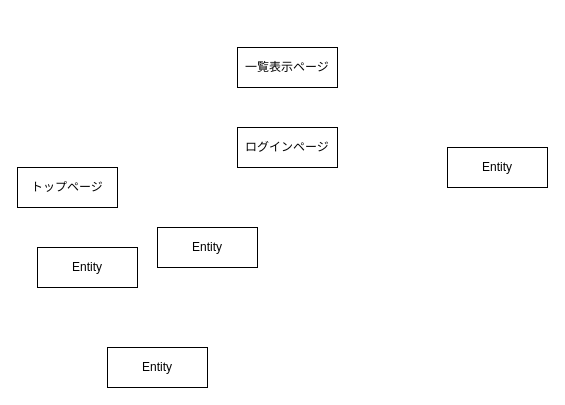
Above: test.dio in chantake1128/tabimemo (draw.io), before the change. Source tidied: cells renumbered, new cells numbered last; positions are measured from the earlier drawing's top-left corner, leaving out a move shared by most shapes. Both pictures are drawn from the tidied source at 100%, with x=0, y=0 at pixel (17, 47).
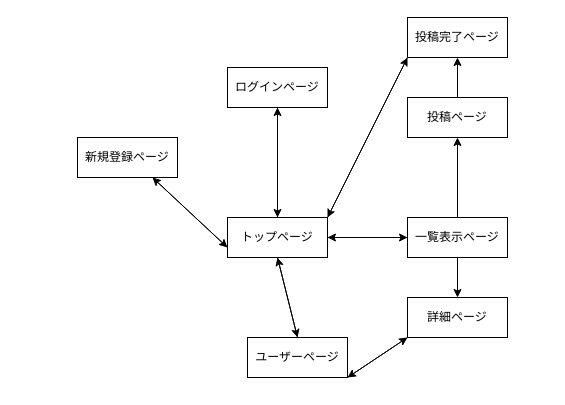
Above is the later version.

Diff of the diagram source:
```diff
@@
+    <mxCell id="9" style="edgeStyle=none;html=1;exitX=0.5;exitY=0;exitDx=0;exitDy=0;" parent="1" edge="1" source="2" target="4">
+      <mxGeometry relative="1" as="geometry" />
+    </mxCell>
+    <mxCell id="10" style="edgeStyle=none;html=1;" parent="1" edge="1" source="2" target="24">
+      <mxGeometry relative="1" as="geometry" />
+    </mxCell>
+    <mxCell id="11" style="edgeStyle=none;html=1;exitX=0.5;exitY=1;exitDx=0;exitDy=0;entryX=0.5;entryY=0;entryDx=0;entryDy=0;" parent="1" edge="1" source="2" target="8">
+      <mxGeometry relative="1" as="geometry" />
+    </mxCell>
     <mxCell id="2" value="一覧表示ページ" style="whiteSpace=wrap;html=1;align=center;" parent="1" vertex="1">
-      <mxGeometry x="220" width="100" height="40" as="geometry" />
+      <mxGeometry x="390" y="170" width="100" height="40" as="geometry" />
     </mxCell>
+    <mxCell id="12" style="edgeStyle=none;html=1;exitX=0.5;exitY=1;exitDx=0;exitDy=0;entryX=0.5;entryY=0;entryDx=0;entryDy=0;" parent="1" edge="1" source="3" target="24">
+      <mxGeometry relative="1" as="geometry" />
+    </mxCell>
     <mxCell id="3" value="ログインページ" style="whiteSpace=wrap;html=1;align=center;" parent="1" vertex="1">
-      <mxGeometry x="220" y="80" width="100" height="40" as="geometry" />
+      <mxGeometry x="210" y="20" width="100" height="40" as="geometry" />
     </mxCell>
+    <mxCell id="13" style="edgeStyle=none;html=1;exitX=0.5;exitY=0;exitDx=0;exitDy=0;" parent="1" edge="1" source="4" target="5">
+      <mxGeometry relative="1" as="geometry" />
+    </mxCell>
-    <mxCell id="4" value="Entity" style="whiteSpace=wrap;html=1;align=center;" parent="1" vertex="1">
-      <mxGeometry x="430" y="100" width="100" height="40" as="geometry" />
+    <mxCell id="4" value="投稿ページ" style="whiteSpace=wrap;html=1;align=center;" parent="1" vertex="1">
+      <mxGeometry x="390" y="50" width="100" height="40" as="geometry" />
     </mxCell>
+    <mxCell id="14" style="edgeStyle=none;html=1;exitX=0;exitY=1;exitDx=0;exitDy=0;entryX=1;entryY=0;entryDx=0;entryDy=0;" parent="1" edge="1" source="5" target="24">
+      <mxGeometry relative="1" as="geometry" />
+    </mxCell>
-    <mxCell id="5" value="Entity" style="whiteSpace=wrap;html=1;align=center;" parent="1" vertex="1">
-      <mxGeometry x="140" y="180" width="100" height="40" as="geometry" />
+    <mxCell id="5" value="投稿完了ページ" style="whiteSpace=wrap;html=1;align=center;" parent="1" vertex="1">
+      <mxGeometry x="390" y="-30" width="100" height="40" as="geometry" />
     </mxCell>
+    <mxCell id="15" style="edgeStyle=none;html=1;exitX=0.5;exitY=0;exitDx=0;exitDy=0;entryX=0.5;entryY=1;entryDx=0;entryDy=0;" parent="1" edge="1" source="6" target="24">
+      <mxGeometry relative="1" as="geometry" />
+    </mxCell>
+    <mxCell id="16" style="edgeStyle=none;html=1;exitX=1;exitY=1;exitDx=0;exitDy=0;entryX=0;entryY=1;entryDx=0;entryDy=0;" parent="1" edge="1" source="6" target="8">
+      <mxGeometry relative="1" as="geometry" />
+    </mxCell>
-    <mxCell id="6" value="Entity" style="whiteSpace=wrap;html=1;align=center;" parent="1" vertex="1">
-      <mxGeometry x="20" y="200" width="100" height="40" as="geometry" />
+    <mxCell id="6" value="ユーザーページ" style="whiteSpace=wrap;html=1;align=center;" parent="1" vertex="1">
+      <mxGeometry x="230" y="290" width="100" height="40" as="geometry" />
     </mxCell>
+    <mxCell id="17" style="edgeStyle=none;html=1;exitX=0.75;exitY=1;exitDx=0;exitDy=0;entryX=0;entryY=0.75;entryDx=0;entryDy=0;" parent="1" edge="1" source="7" target="24">
+      <mxGeometry relative="1" as="geometry" />
+    </mxCell>
-    <mxCell id="7" value="トップページ" style="whiteSpace=wrap;html=1;align=center;" parent="1" vertex="1">
-      <mxGeometry y="120" width="100" height="40" as="geometry" />
+    <mxCell id="7" value="新規登録ページ" style="whiteSpace=wrap;html=1;align=center;" parent="1" vertex="1">
+      <mxGeometry x="60" y="90" width="100" height="40" as="geometry" />
     </mxCell>
+    <mxCell id="18" style="edgeStyle=none;html=1;exitX=0;exitY=1;exitDx=0;exitDy=0;entryX=1;entryY=1;entryDx=0;entryDy=0;" parent="1" edge="1" source="8" target="6">
+      <mxGeometry relative="1" as="geometry" />
+    </mxCell>
-    <mxCell id="8" value="Entity" style="whiteSpace=wrap;html=1;align=center;" parent="1" vertex="1">
-      <mxGeometry x="90" y="300" width="100" height="40" as="geometry" />
+    <mxCell id="8" value="詳細ページ" style="whiteSpace=wrap;html=1;align=center;" parent="1" vertex="1">
+      <mxGeometry x="390" y="250" width="100" height="40" as="geometry" />
     </mxCell>
+    <mxCell id="19" style="edgeStyle=none;html=1;exitX=1;exitY=0;exitDx=0;exitDy=0;entryX=0;entryY=1;entryDx=0;entryDy=0;" parent="1" edge="1" source="24" target="5">
+      <mxGeometry relative="1" as="geometry" />
+    </mxCell>
+    <mxCell id="20" style="edgeStyle=none;html=1;exitX=0.5;exitY=0;exitDx=0;exitDy=0;entryX=0.5;entryY=1;entryDx=0;entryDy=0;" parent="1" edge="1" source="24" target="3">
+      <mxGeometry relative="1" as="geometry" />
+    </mxCell>
+    <mxCell id="21" style="edgeStyle=none;html=1;exitX=0;exitY=0.75;exitDx=0;exitDy=0;entryX=0.75;entryY=1;entryDx=0;entryDy=0;" parent="1" edge="1" source="24" target="7">
+      <mxGeometry relative="1" as="geometry" />
+    </mxCell>
+    <mxCell id="22" style="edgeStyle=none;html=1;exitX=1;exitY=0.5;exitDx=0;exitDy=0;" parent="1" edge="1" source="24" target="2">
+      <mxGeometry relative="1" as="geometry" />
+    </mxCell>
+    <mxCell id="23" style="edgeStyle=none;html=1;exitX=0.5;exitY=1;exitDx=0;exitDy=0;entryX=0.5;entryY=0;entryDx=0;entryDy=0;" parent="1" edge="1" source="24" target="6">
+      <mxGeometry relative="1" as="geometry" />
+    </mxCell>
+    <mxCell id="24" value="トップページ" style="whiteSpace=wrap;html=1;align=center;" parent="1" vertex="1">
+      <mxGeometry x="210" y="170" width="100" height="40" as="geometry" />
+    </mxCell>
```
